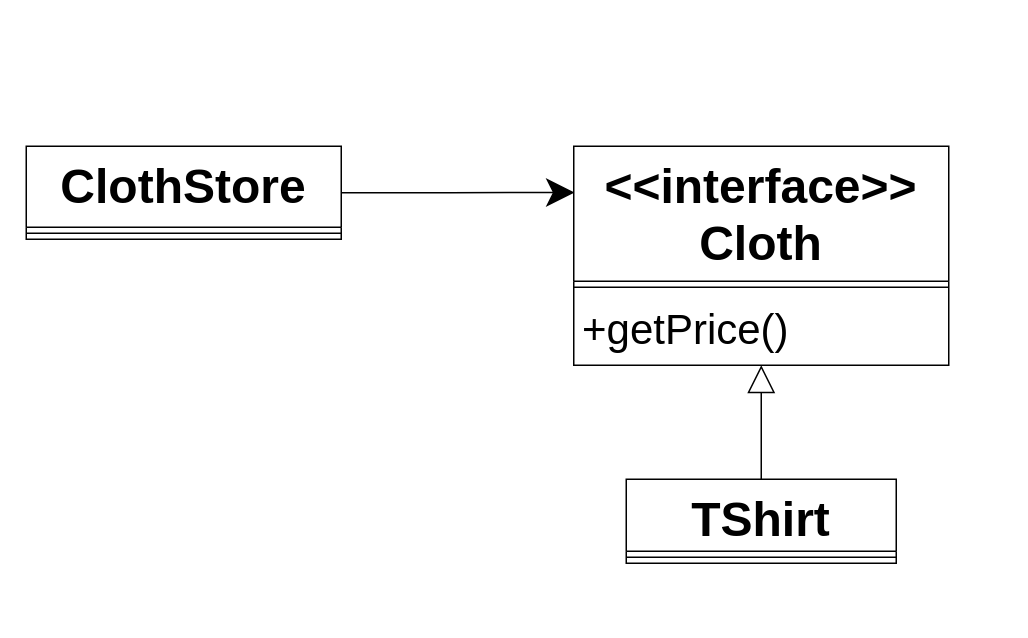
Before: packages/再看设计原则/开闭原则/1.drawio in yyc-git/3DProgramPattern, a draw.io diagram. Source tidied: cells renumbered, new cells numbered last; positions are measured from the earlier drawing's top-left corner, leaving out a move shared by most shapes. Both pictures are drawn from the tidied source at 150%, with x=0, y=0 at pixel (26, 146).
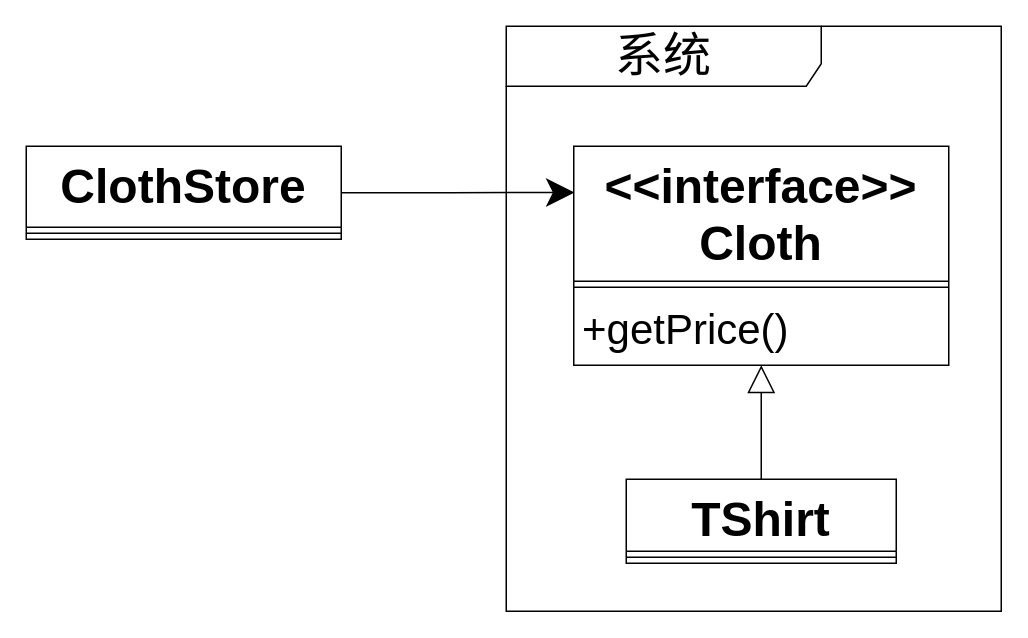
Above is the later version.

Change to the diagram source:
```diff
@@
 <mxGraphModel>
   <root>
     <mxCell id="0" />
     <mxCell id="1" parent="0" />
     <mxCell id="2" style="edgeStyle=orthogonalEdgeStyle;rounded=0;jettySize=auto;html=1;endArrow=classic;endFill=1;startSize=16;endSize=16;entryX=0.002;entryY=0.211;entryDx=0;entryDy=0;entryPerimeter=0;" parent="1" edge="1" source="3" target="5">
       <mxGeometry relative="1" as="geometry" />
     </mxCell>
     <mxCell id="3" value="ClothStore" style="swimlane;fontStyle=1;align=center;verticalAlign=top;horizontal=1;startSize=54;fontSize=32;" parent="1" vertex="1">
       <mxGeometry width="210" height="62" as="geometry" />
     </mxCell>
     <mxCell id="4" style="line;strokeWidth=1;fillColor=none;align=left;verticalAlign=middle;spacingTop=-1;spacingLeft=3;spacingRight=3;labelPosition=right;" parent="3" vertex="1">
       <mxGeometry y="54" width="210" height="8" as="geometry" />
     </mxCell>
     <mxCell id="5" value="&lt;&lt;interface&gt;&gt;&#10;Cloth" style="swimlane;fontStyle=1;align=center;verticalAlign=top;horizontal=1;startSize=90;fontSize=32;" parent="1" vertex="1">
       <mxGeometry x="365" width="250" height="146" as="geometry" />
     </mxCell>
     <mxCell id="6" style="line;strokeWidth=1;fillColor=none;align=left;verticalAlign=middle;spacingTop=-1;spacingLeft=3;spacingRight=3;labelPosition=right;" parent="5" vertex="1">
       <mxGeometry y="90" width="250" height="8" as="geometry" />
     </mxCell>
     <mxCell id="7" value="+getPrice()" style="text;strokeColor=none;fillColor=none;align=left;verticalAlign=top;spacingLeft=4;spacingRight=4;overflow=hidden;points=[[0,0.5],[1,0.5]];portConstraint=eastwest;fontSize=28;" parent="5" vertex="1">
       <mxGeometry y="98" width="250" height="48" as="geometry" />
     </mxCell>
     <mxCell id="8" style="edgeStyle=orthogonalEdgeStyle;rounded=0;jettySize=auto;html=1;entryX=0.5;entryY=1;entryDx=0;entryDy=0;entryPerimeter=0;endArrow=block;endFill=0;endSize=16;startSize=16;" parent="1" edge="1" source="9" target="7">
       <mxGeometry relative="1" as="geometry" />
     </mxCell>
     <mxCell id="9" value="TShirt" style="swimlane;fontStyle=1;align=center;verticalAlign=top;horizontal=1;startSize=48;fontSize=32;" parent="1" vertex="1">
       <mxGeometry x="400" y="222" width="180" height="56" as="geometry" />
     </mxCell>
     <mxCell id="10" style="line;strokeWidth=1;fillColor=none;align=left;verticalAlign=middle;spacingTop=-1;spacingLeft=3;spacingRight=3;labelPosition=right;" parent="9" vertex="1">
       <mxGeometry y="48" width="180" height="8" as="geometry" />
     </mxCell>
+    <mxCell id="11" value="&lt;font style=&quot;font-size: 32px&quot;&gt;系统&lt;/font&gt;" style="shape=umlFrame;whiteSpace=wrap;html=1;width=210;height=40;fontSize=32;" parent="1" vertex="1">
+      <mxGeometry x="320" y="-80" width="330" height="390" as="geometry" />
+    </mxCell>
   </root>
 </mxGraphModel>
```
